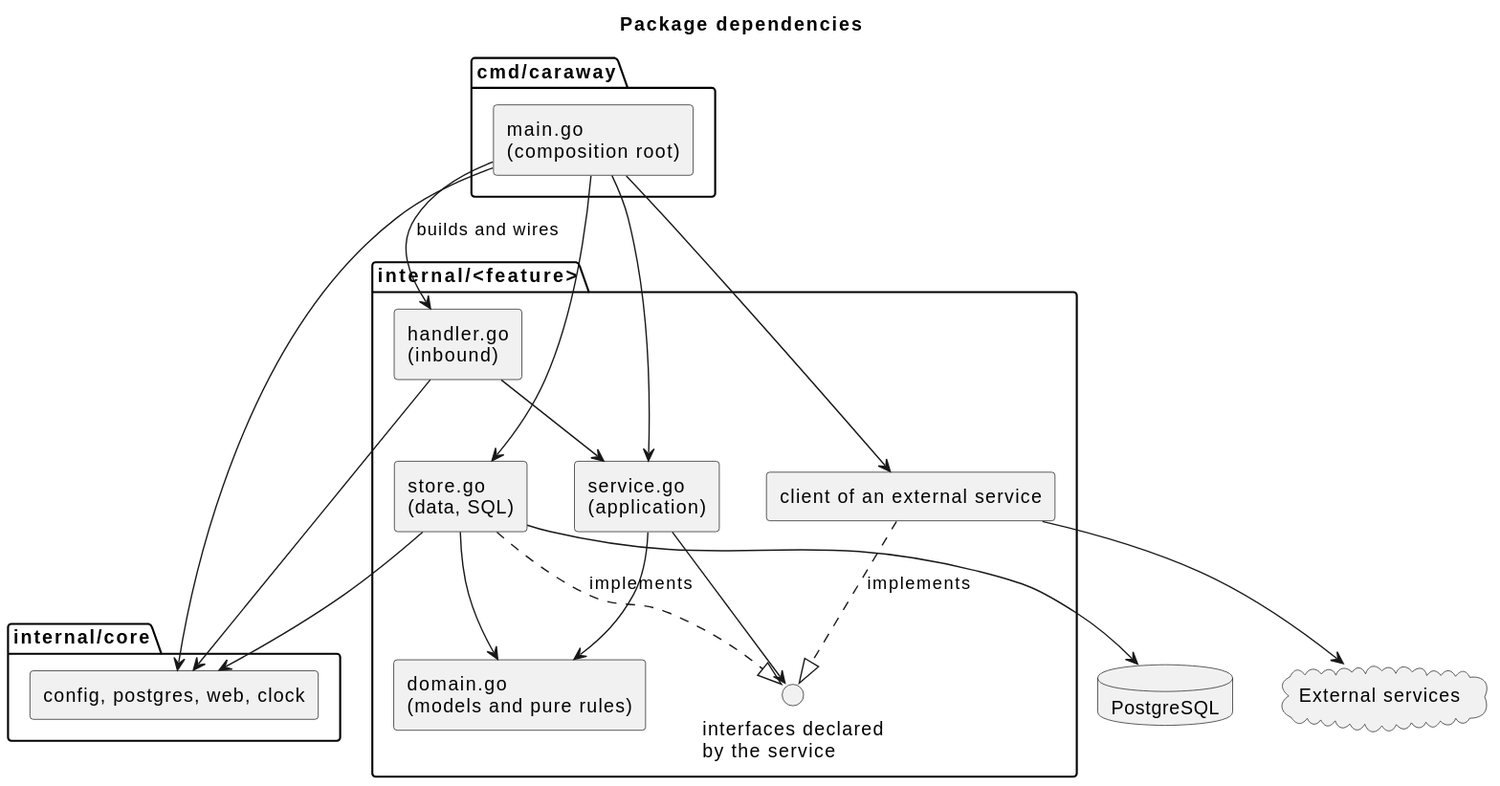
Earlier version of the PlantUML export docs/ja/architecture/overview.svg (cloveclovedev/caraway).
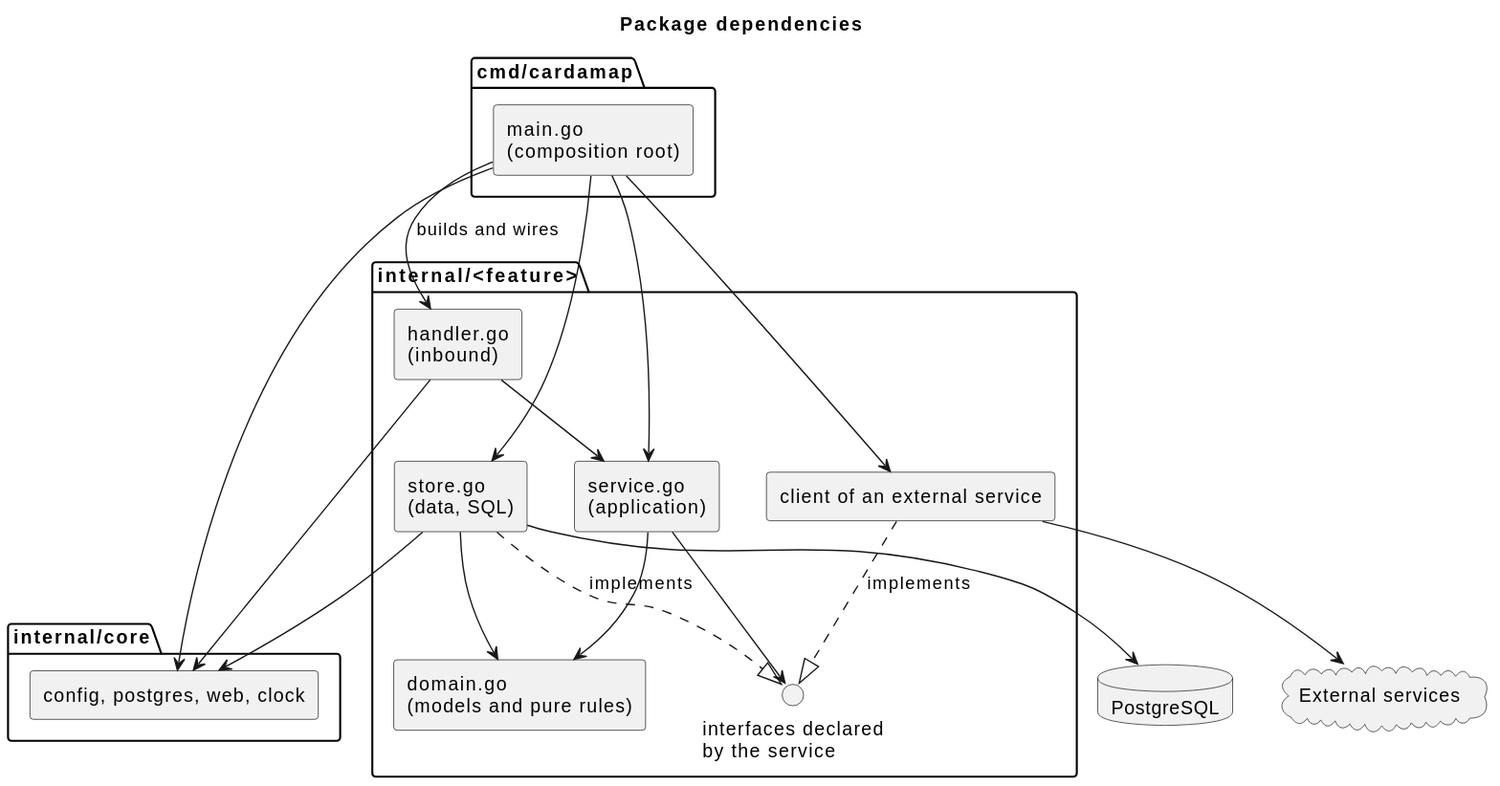
Above is the later version.

The edit, as a diff of the source:
```diff
@@ -3,7 +3,7 @@
 skinparam shadowing false
 skinparam componentStyle rectangle
 
-package "cmd/caraway" {
+package "cmd/cardamap" {
   [main.go\n(composition root)] as main
 }
 
```
